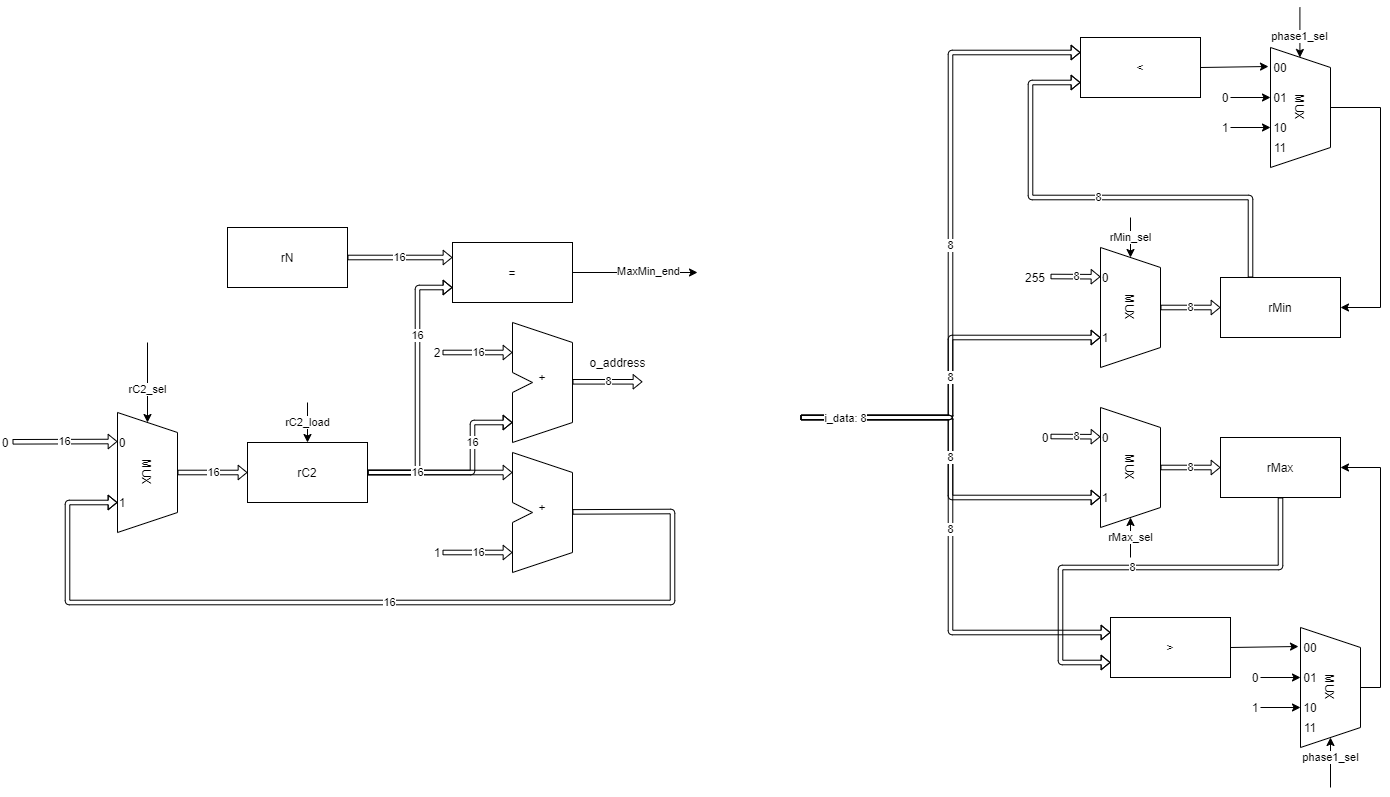
The draw.io diagram datapaths/regMax_regMin.png in EmilioCorigliano/Progetto-Reti-Logiche-20-21, before a commit. Source tidied: cells renumbered, new cells last; positions are measured from the earlier drawing's top-left corner, leaving out a move shared by most shapes.
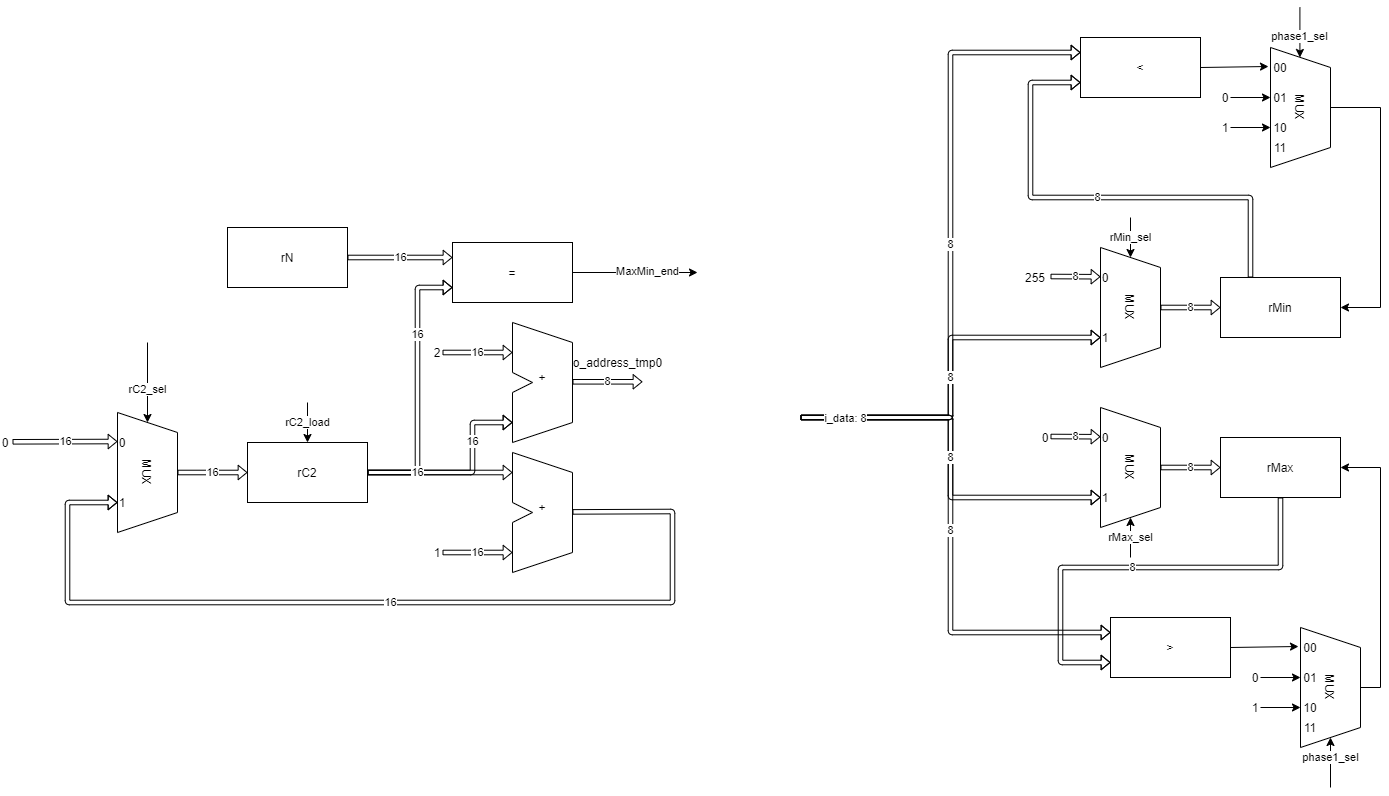
The same diagram one commit later.

Change to the diagram source:
```diff
@@ -407,8 +407,8 @@
         <mxPoint x="642" y="374.3" as="targetPoint" />
       </mxGeometry>
     </mxCell>
-    <mxCell id="88" value="o_address" style="text;html=1;align=center;verticalAlign=middle;" parent="1" vertex="1">
-      <mxGeometry x="582" y="345" width="70" height="20" as="geometry" />
+    <mxCell id="88" value="o_address_tmp0" style="text;html=1;align=center;verticalAlign=middle;" parent="1" vertex="1">
+      <mxGeometry x="562" y="345" width="110" height="20" as="geometry" />
     </mxCell>
     <mxCell id="89" value="=" style="rounded=0;whiteSpace=wrap;html=1;fillColor=#FFFFFF;" parent="1" vertex="1">
       <mxGeometry x="452" y="235" width="120" height="60" as="geometry" />
```
